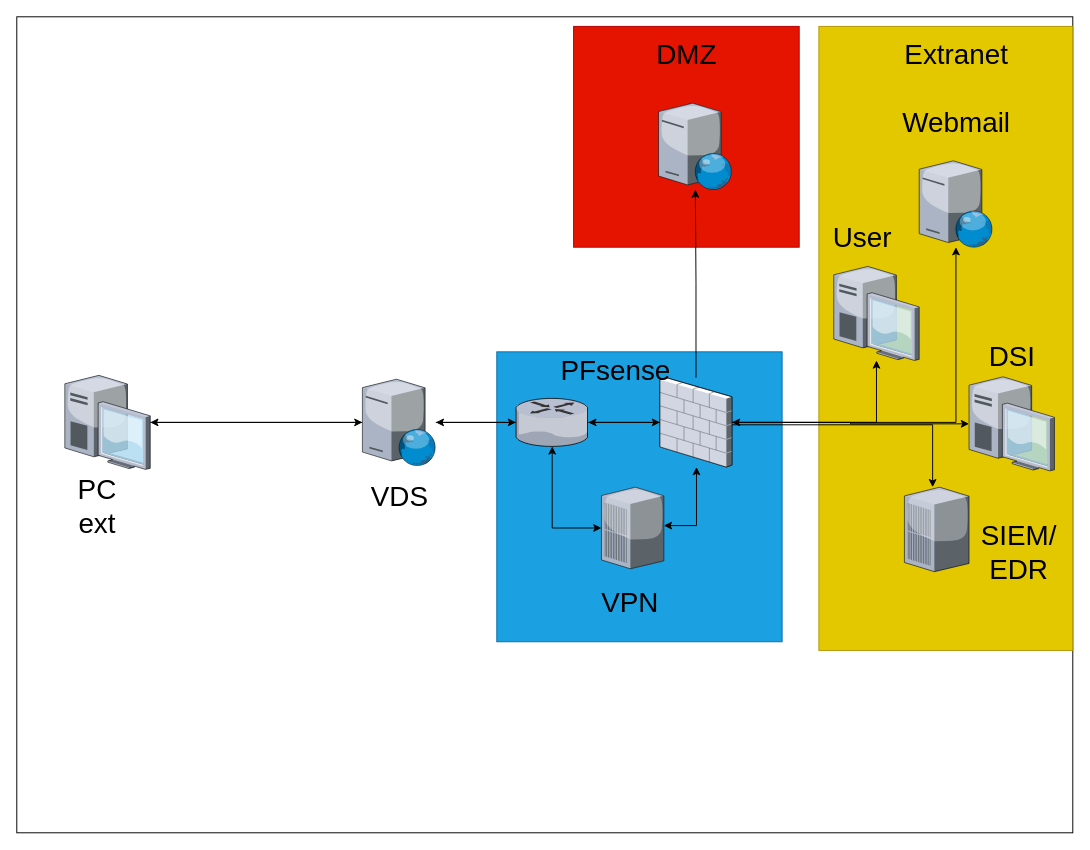
This is Diagramme sans nom.drawio from MaoenD/Projet_Infra, a draw.io file, before an edit. Source tidied: cells renumbered, new cells numbered last; positions are measured from the earlier drawing's top-left corner, leaving out a move shared by most shapes. Both pictures are drawn from the tidied source at 96%, with x=0, y=0 at pixel (16, 16).
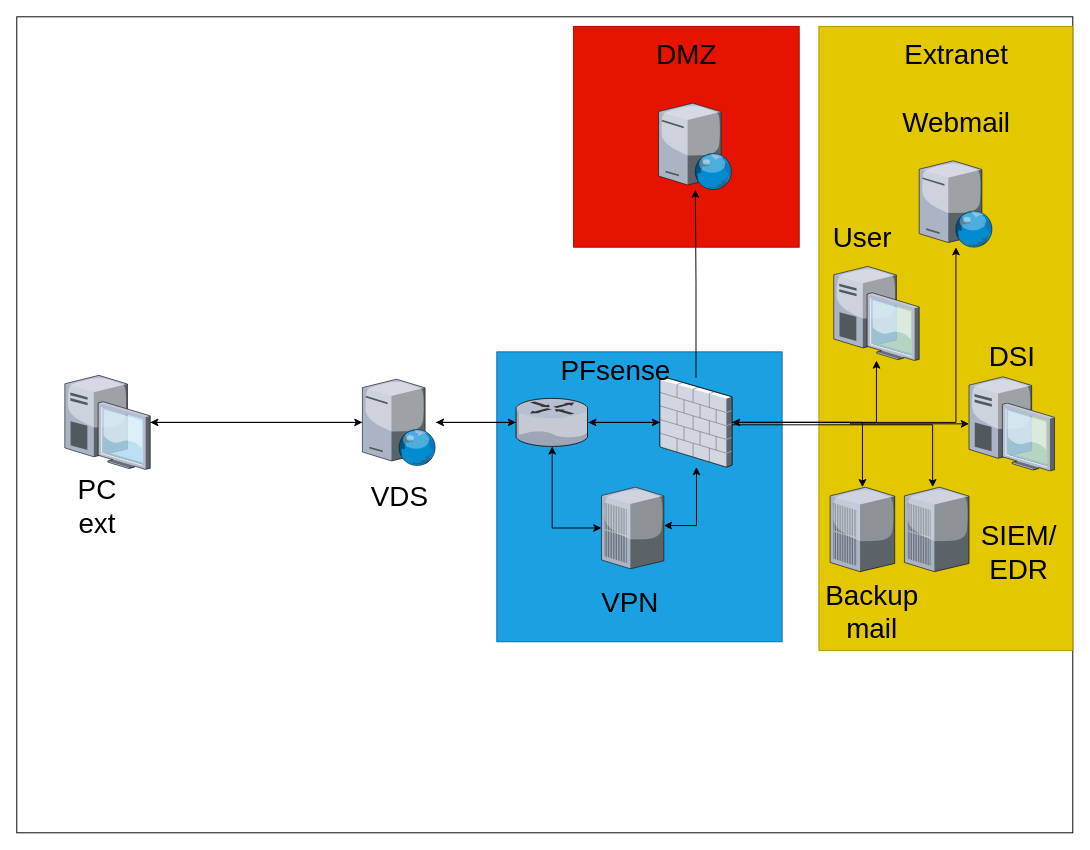
The same diagram, later.

Commit message:
Mettre à jour Diagramme sans nom.drawio

The change refers to these unchanged cells:
```xml
<mxCell id="11" style="verticalLabelPosition=bottom;sketch=0;html=1;verticalAlign=top;strokeColor=none;align=center;outlineConnect=0;shape=mxgraph.citrix.firewall;" parent="1" vertex="1">
  <mxGeometry x="670" y="376" width="75" height="93" as="geometry" />
</mxCell>
```

What changed in the source:
```diff
@@
+    <mxCell id="39" style="edgeStyle=orthogonalEdgeStyle;rounded=0;jettySize=auto;html=1;" parent="1" edge="1" source="11" target="40">
+      <mxGeometry relative="1" as="geometry" />
+    </mxCell>
@@
+    <mxCell id="40" style="verticalLabelPosition=bottom;sketch=0;html=1;verticalAlign=top;strokeColor=none;align=center;outlineConnect=0;shape=mxgraph.citrix.pbx_server;" parent="1" vertex="1">
+      <mxGeometry x="847.2" y="490" width="67.3" height="88" as="geometry" />
+    </mxCell>
+    <mxCell id="41" value="Backup mail" style="text;html=1;align=center;verticalAlign=middle;whiteSpace=wrap;rounded=0;fontSize=29;" parent="1" vertex="1">
+      <mxGeometry x="847" y="600" width="87.5" height="40" as="geometry" />
+    </mxCell>
```
